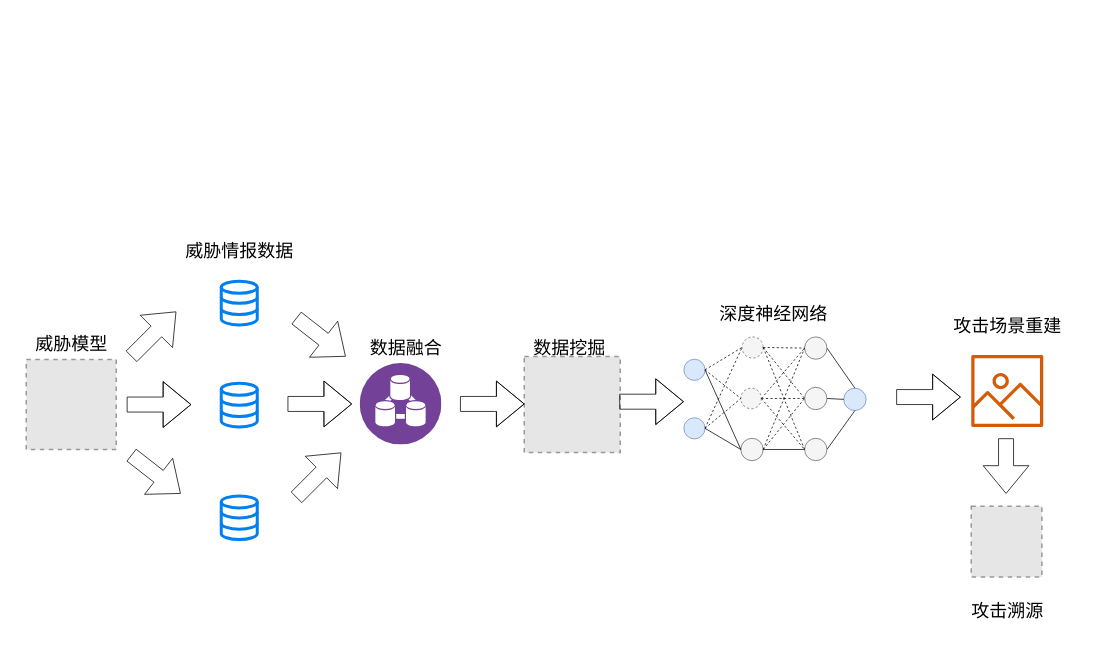
Before: src/Untitled Diagram.drawio in maoqifan1/drawio, a draw.io diagram. Source tidied: cells renumbered, new cells numbered last; positions are measured from the earlier drawing's top-left corner, leaving out a move shared by most shapes. Both pictures are drawn from the tidied source at 150%, with x=0, y=0 at pixel (26, 236). Pictures stored in the file or linked from it are replaced by grey dashed boxes.
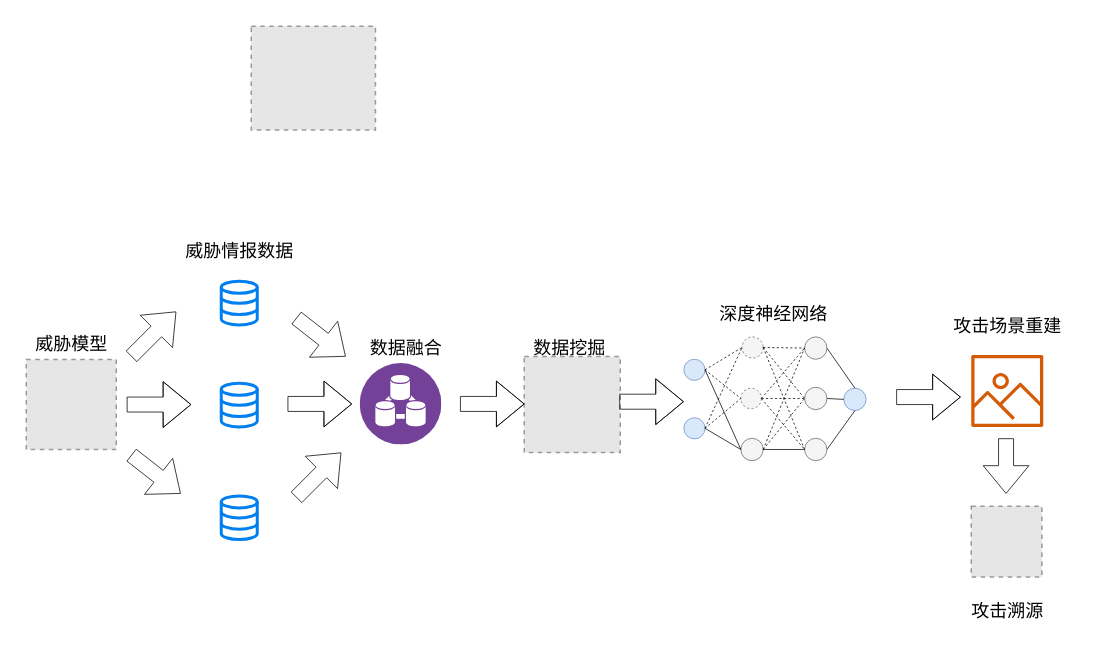
The same page after the edit.

Diff of the diagram source:
```diff
@@
+    <mxCell id="55" style="fillColor=#E6E6E6;strokeColor=#999999;dashed=1;verticalLabelPosition=bottom;labelBackgroundColor=default;verticalAlign=top;" parent="1" vertex="1">
+      <mxGeometry x="150" y="-140" width="82.8" height="69.1" as="geometry" />
+    </mxCell>
```
